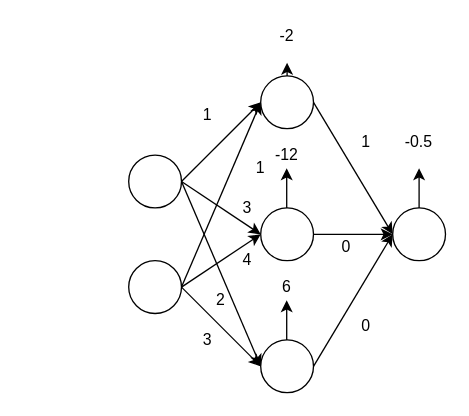
Above: Untitled Diagram.drawio in ShanjinurIslam/CSE-474 (draw.io), before the change. Source tidied: cells renumbered, new cells numbered last; positions are measured from the earlier drawing's top-left corner, leaving out a move shared by most shapes. Both pictures are drawn from the tidied source at 132%, with x=0, y=0 at pixel (128, 22).
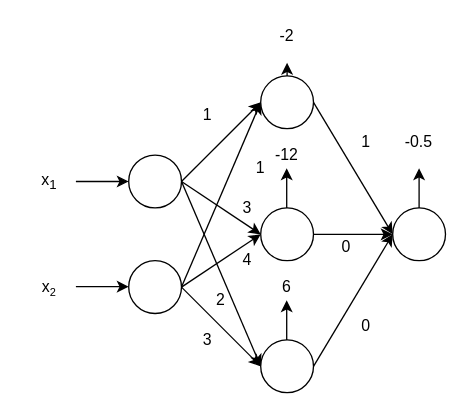
The same page after the edit.

Change to the diagram source:
```diff
@@
+    <mxCell id="34" style="endArrow=classic;html=1;" parent="1" edge="1">
+      <mxGeometry relative="1" as="geometry">
+        <mxPoint x="-40" y="120" as="sourcePoint" />
+        <mxPoint y="120" as="targetPoint" />
+      </mxGeometry>
+    </mxCell>
+    <mxCell id="35" value="x&lt;sub&gt;1&lt;/sub&gt;" style="text;html=1;strokeColor=none;fillColor=none;align=center;verticalAlign=middle;whiteSpace=wrap;rounded=0;" parent="1" vertex="1">
+      <mxGeometry x="-80" y="110" width="40" height="20" as="geometry" />
+    </mxCell>
+    <mxCell id="36" value="x&lt;span style=&quot;font-size: 10px&quot;&gt;&lt;sub&gt;2&lt;/sub&gt;&lt;/span&gt;" style="text;html=1;strokeColor=none;fillColor=none;align=center;verticalAlign=middle;whiteSpace=wrap;rounded=0;" parent="1" vertex="1">
+      <mxGeometry x="-80" y="190" width="40" height="20" as="geometry" />
+    </mxCell>
+    <mxCell id="37" style="endArrow=classic;html=1;" parent="1" edge="1">
+      <mxGeometry relative="1" as="geometry">
+        <mxPoint x="-40" y="199.7" as="sourcePoint" />
+        <mxPoint y="199.7" as="targetPoint" />
+      </mxGeometry>
+    </mxCell>
```
